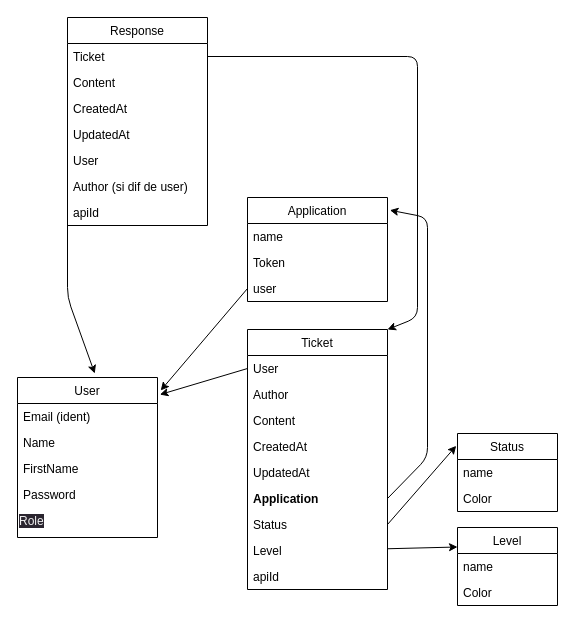
admike82/Ticketing keeps this draw.io diagram as UML/uml.drawio. Above is the earlier version. Source tidied: cells renumbered, new cells numbered last; positions are measured from the earlier drawing's top-left corner, leaving out a move shared by most shapes. Both pictures are drawn from the tidied source at 100%, with x=0, y=0 at pixel (17, 17).
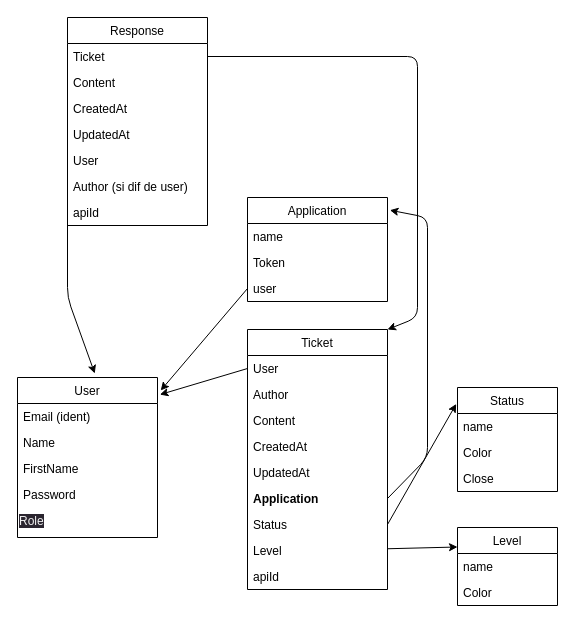
The same diagram, later.

What changed in the source:
```diff
@@
     <mxCell id="25" value="Status" style="swimlane;fontStyle=0;horizontal=1;startSize=26;fillColor=none;" parent="1" vertex="1">
-      <mxGeometry x="440" y="416" width="100" height="78" as="geometry" />
+      <mxGeometry x="440" y="370" width="100" height="104" as="geometry" />
     </mxCell>
@@
+    <mxCell id="43" value="Close" style="text;strokeColor=none;fillColor=none;align=left;verticalAlign=top;spacingLeft=4;spacingRight=4;overflow=hidden;" parent="25" vertex="1">
+      <mxGeometry y="78" width="100" height="26" as="geometry" />
+    </mxCell>
```
